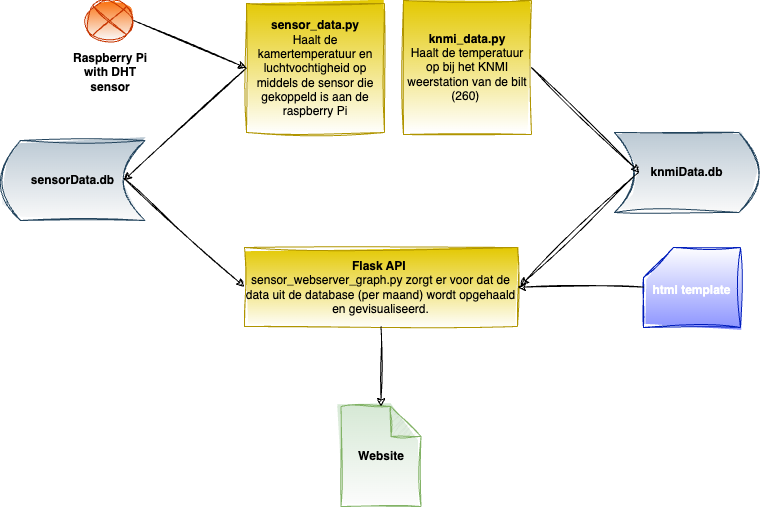
Before: img/setup.png, a diagram exported from draw.io (Nelleke20/service.sensor-data). Source tidied: cells renumbered, new cells last; positions are measured from the earlier drawing's top-left corner, leaving out a move shared by most shapes.
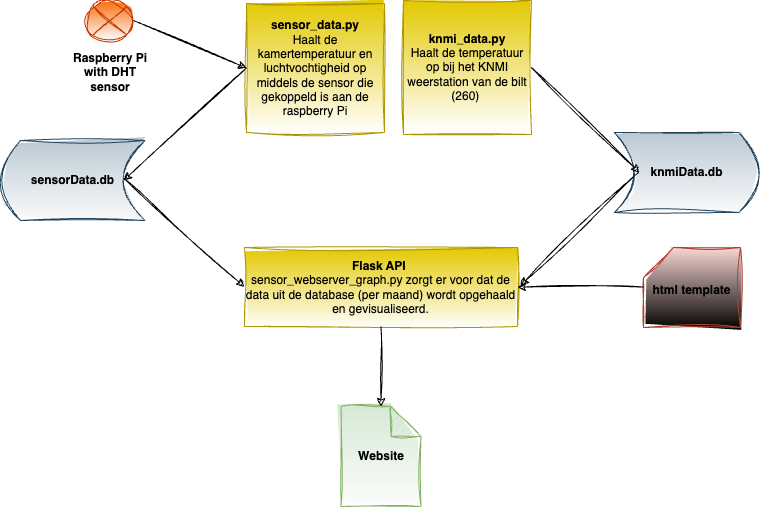
The same diagram one commit later.

The edit, as a diff of the source:
```diff
@@ -32,7 +32,7 @@
     <mxCell id="11" style="endArrow=classic;html=1;sketch=1;hachureGap=4;jiggle=2;curveFitting=1;fontFamily=Architects Daughter;fontSource=https%3A%2F%2Ffonts.googleapis.com%2Fcss%3Ffamily%3DArchitects%2BDaughter;fontSize=12;exitX=0.5;exitY=1;exitDx=0;exitDy=0;entryX=0.5;entryY=0;entryDx=0;entryDy=0;entryPerimeter=0;" parent="1" edge="1" source="9" target="10">
       <mxGeometry relative="1" as="geometry" />
     </mxCell>
-    <mxCell id="12" value="&lt;font style=&quot;font-size: 12px;&quot;&gt;html template&lt;/font&gt;" style="shape=card;whiteSpace=wrap;html=1;sketch=1;hachureGap=4;jiggle=2;curveFitting=1;fontFamily=Helvetica;fontSize=20;fillColor=#FFFFFF;strokeColor=#001DBC;fontStyle=1;fontColor=#ffffff;gradientColor=#8A92FF;gradientDirection=south;" parent="1" vertex="1">
+    <mxCell id="12" value="&lt;font style=&quot;font-size: 12px;&quot;&gt;html template&lt;/font&gt;" style="shape=card;whiteSpace=wrap;html=1;sketch=1;hachureGap=4;jiggle=2;curveFitting=1;fontFamily=Helvetica;fontSize=20;fillColor=#fad9d5;strokeColor=#ae4132;fontStyle=1;gradientDirection=south;gradientColor=default;" parent="1" vertex="1">
       <mxGeometry x="643" y="247" width="97" height="80" as="geometry" />
     </mxCell>
     <mxCell id="13" style="endArrow=classic;html=1;sketch=1;hachureGap=4;jiggle=2;curveFitting=1;fontFamily=Architects Daughter;fontSource=https%3A%2F%2Ffonts.googleapis.com%2Fcss%3Ffamily%3DArchitects%2BDaughter;fontSize=12;exitX=0.003;exitY=0.495;exitDx=0;exitDy=0;exitPerimeter=0;entryX=1;entryY=0.5;entryDx=0;entryDy=0;" parent="1" edge="1" source="12" target="9">
```
